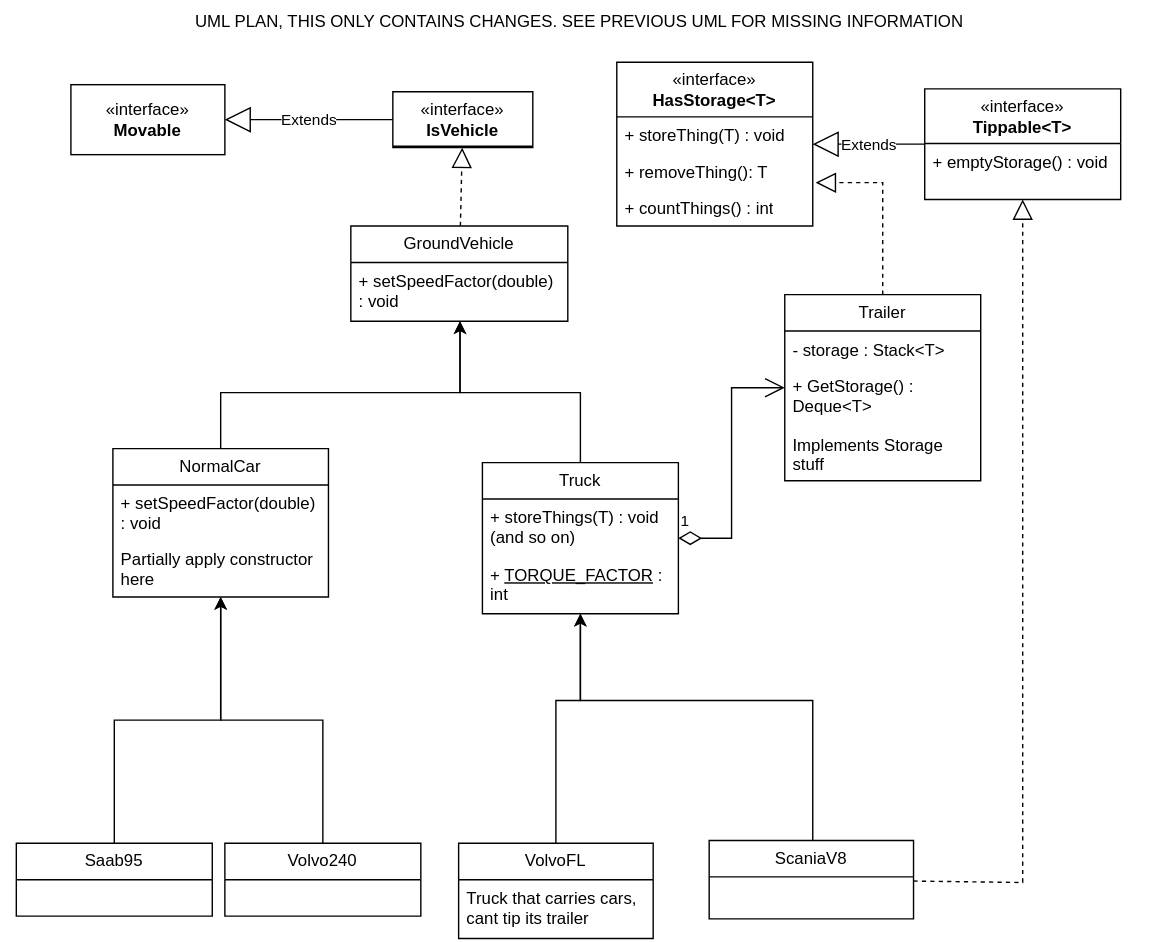
The draw.io diagram UML/UML-plan-with-subclasses.svg in vicha00/DIT954-Labb-Grupp16, before a commit. Source tidied: cells renumbered, new cells last; positions are measured from the earlier drawing's top-left corner, leaving out a move shared by most shapes.
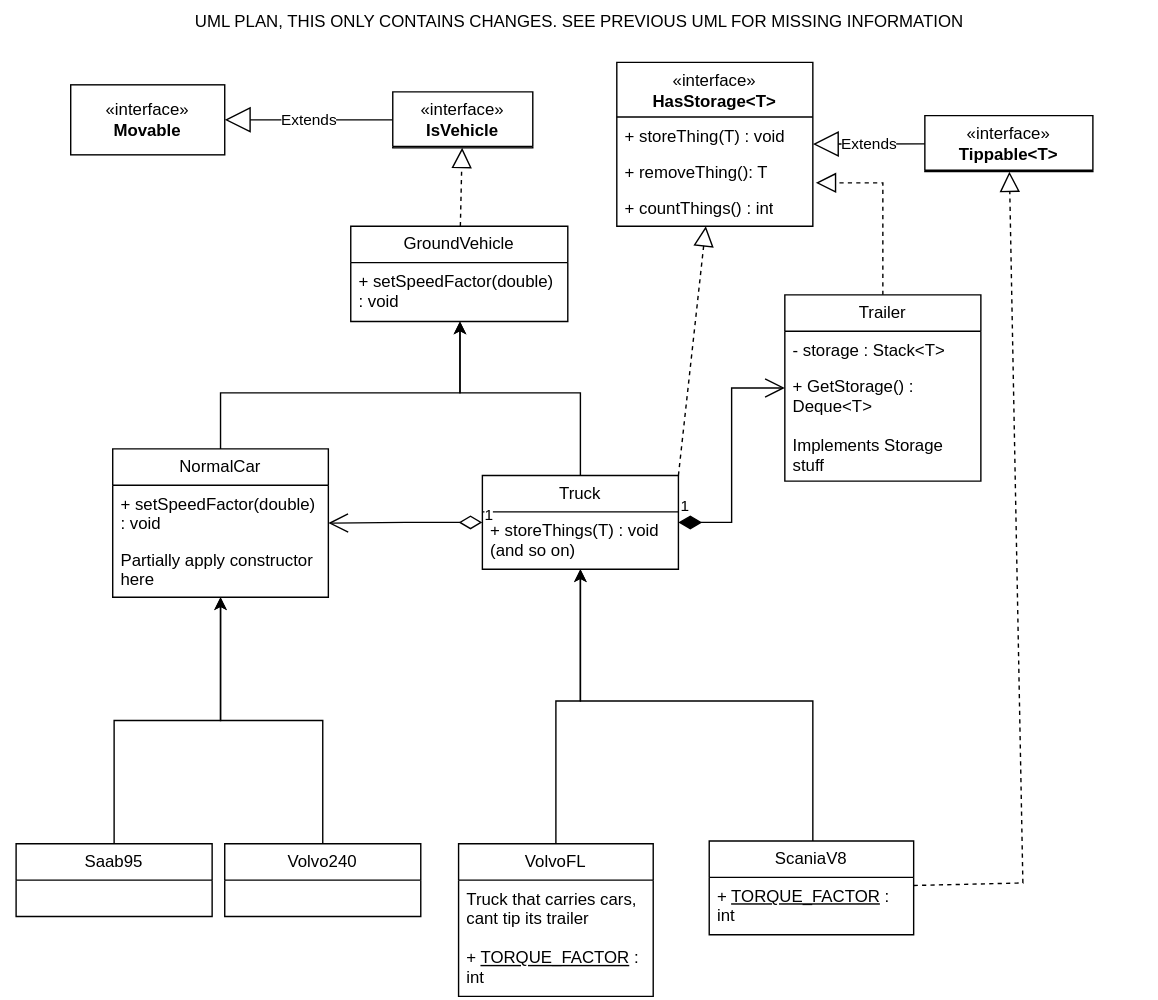
Above is the later version.

Diff of the diagram source:
```diff
@@ -41,8 +41,11 @@
       </mxGeometry>
     </mxCell>
     <mxCell id="13" value="ScaniaV8" style="swimlane;fontStyle=0;horizontal=1;startSize=26;fillColor=none;whiteSpace=wrap;html=1;" parent="1" vertex="1">
-      <mxGeometry x="506" y="600" width="146" height="56" as="geometry" />
+      <mxGeometry x="506" y="600" width="146" height="67" as="geometry" />
     </mxCell>
+    <mxCell id="30" value="+ &lt;u&gt;TORQUE_FACTOR&lt;/u&gt; : int" style="text;strokeColor=none;fillColor=none;align=left;verticalAlign=top;spacingLeft=4;spacingRight=4;overflow=hidden;whiteSpace=wrap;html=1;" parent="13" vertex="1">
+      <mxGeometry y="26" width="146" height="41" as="geometry" />
+    </mxCell>
     <mxCell id="14" style="edgeStyle=orthogonalEdgeStyle;rounded=0;jettySize=auto;html=1;" parent="1" edge="1" source="15" target="28">
       <mxGeometry relative="1" as="geometry">
         <Array as="points">
@@ -52,11 +55,14 @@
       </mxGeometry>
     </mxCell>
     <mxCell id="15" value="VolvoFL" style="swimlane;fontStyle=0;horizontal=1;startSize=26;fillColor=none;whiteSpace=wrap;html=1;" parent="1" vertex="1">
-      <mxGeometry x="327" y="602" width="139" height="68" as="geometry" />
+      <mxGeometry x="327" y="602" width="139" height="109" as="geometry" />
     </mxCell>
     <mxCell id="16" value="Truck that carries cars, cant tip its trailer" style="text;strokeColor=none;fillColor=none;align=left;verticalAlign=top;spacingLeft=4;spacingRight=4;overflow=hidden;whiteSpace=wrap;html=1;" parent="15" vertex="1">
       <mxGeometry y="26" width="139" height="42" as="geometry" />
     </mxCell>
+    <mxCell id="40" value="+ &lt;u&gt;TORQUE_FACTOR&lt;/u&gt; : int" style="text;strokeColor=none;fillColor=none;align=left;verticalAlign=top;spacingLeft=4;spacingRight=4;overflow=hidden;whiteSpace=wrap;html=1;" parent="15" vertex="1">
+      <mxGeometry y="68" width="139" height="41" as="geometry" />
+    </mxCell>
     <mxCell id="17" style="edgeStyle=orthogonalEdgeStyle;rounded=0;jettySize=auto;html=1;" parent="1" edge="1" source="18" target="3">
       <mxGeometry relative="1" as="geometry">
         <Array as="points">
@@ -101,21 +107,15 @@
       </mxGeometry>
     </mxCell>
     <mxCell id="28" value="&lt;div&gt;Truck&lt;/div&gt;" style="swimlane;fontStyle=0;horizontal=1;startSize=26;fillColor=none;whiteSpace=wrap;html=1;" parent="1" vertex="1">
-      <mxGeometry x="344" y="330" width="140" height="108" as="geometry" />
+      <mxGeometry x="344" y="339" width="140" height="67" as="geometry" />
     </mxCell>
     <mxCell id="29" value="&lt;div&gt;+ storeThings(T) : void (and so on)&lt;/div&gt;&lt;div&gt;&lt;br&gt;&lt;/div&gt;" style="text;strokeColor=none;fillColor=none;align=left;verticalAlign=top;spacingLeft=4;spacingRight=4;overflow=hidden;whiteSpace=wrap;html=1;" parent="28" vertex="1">
       <mxGeometry y="26" width="140" height="41" as="geometry" />
     </mxCell>
-    <mxCell id="30" value="+ &lt;u&gt;TORQUE_FACTOR&lt;/u&gt; : int" style="text;strokeColor=none;fillColor=none;align=left;verticalAlign=top;spacingLeft=4;spacingRight=4;overflow=hidden;whiteSpace=wrap;html=1;" parent="28" vertex="1">
-      <mxGeometry y="67" width="140" height="41" as="geometry" />
-    </mxCell>
-    <mxCell id="31" value="«interface»&lt;br&gt;&lt;div&gt;&lt;b&gt;Tippable&amp;lt;T&amp;gt;&lt;/b&gt;&lt;/div&gt;" style="swimlane;fontStyle=0;horizontal=1;startSize=39;fillColor=none;whiteSpace=wrap;html=1;" parent="1" vertex="1">
-      <mxGeometry x="660" y="63" width="140" height="79" as="geometry" />
+    <mxCell id="31" value="«interface»&lt;br&gt;&lt;div&gt;&lt;b&gt;Tippable&amp;lt;T&amp;gt;&lt;/b&gt;&lt;/div&gt;" style="swimlane;fontStyle=0;horizontal=1;startSize=39;fillColor=none;whiteSpace=wrap;html=1;" parent="1" vertex="1" collapsed="1">
+      <mxGeometry x="660" y="82" width="120" height="40" as="geometry" />
     </mxCell>
-    <mxCell id="32" value="+ emptyStorage() : void" style="text;strokeColor=none;fillColor=none;align=left;verticalAlign=top;spacingLeft=4;spacingRight=4;overflow=hidden;whiteSpace=wrap;html=1;" parent="31" vertex="1">
-      <mxGeometry y="39" width="140" height="40" as="geometry" />
-    </mxCell>
-    <mxCell id="33" value="&lt;div&gt;Trailer&lt;/div&gt;" style="swimlane;fontStyle=0;horizontal=1;startSize=26;fillColor=none;whiteSpace=wrap;html=1;" parent="1" vertex="1">
+    <mxCell id="33" value="Trailer" style="swimlane;fontStyle=0;horizontal=1;startSize=26;fillColor=none;whiteSpace=wrap;html=1;" parent="1" vertex="1">
       <mxGeometry x="560" y="210" width="140" height="133" as="geometry" />
     </mxCell>
     <mxCell id="34" value="- storage : Stack&amp;lt;T&amp;gt;" style="text;strokeColor=none;fillColor=none;align=left;verticalAlign=top;spacingLeft=4;spacingRight=4;overflow=hidden;whiteSpace=wrap;html=1;" parent="33" vertex="1">
@@ -134,15 +134,21 @@
         </Array>
       </mxGeometry>
     </mxCell>
+    <mxCell id="39" style="endArrow=block;dashed=1;endFill=0;endSize=12;html=1;rounded=0;" parent="1" edge="1" source="13" target="31">
+      <mxGeometry relative="1" as="geometry">
+        <Array as="points">
+          <mxPoint x="730" y="630" />
+        </Array>
+      </mxGeometry>
+    </mxCell>
+    <mxCell id="41" style="endArrow=block;dashed=1;endFill=0;endSize=12;html=1;rounded=0;exitX=1;exitY=0;exitDx=0;exitDy=0;" parent="1" edge="1" source="28" target="21">
+      <mxGeometry relative="1" as="geometry" />
+    </mxCell>
-    <mxCell id="38" value="1" style="endArrow=open;html=1;endSize=12;startArrow=diamondThin;startSize=14;startFill=0;edgeStyle=orthogonalEdgeStyle;align=left;verticalAlign=bottom;rounded=0;" parent="1" edge="1" source="28" target="33">
+    <mxCell id="38" value="1" style="endArrow=open;html=1;endSize=12;startArrow=diamondThin;startSize=14;startFill=0;edgeStyle=orthogonalEdgeStyle;align=left;verticalAlign=bottom;rounded=0;" parent="1" edge="1" source="28" target="18">
       <mxGeometry x="-1" y="3" relative="1" as="geometry" />
     </mxCell>
-    <mxCell id="39" style="endArrow=block;dashed=1;endFill=0;endSize=12;html=1;rounded=0;" parent="1" edge="1" source="13" target="31">
-      <mxGeometry relative="1" as="geometry">
-        <Array as="points">
-          <mxPoint x="730" y="630" />
-        </Array>
-      </mxGeometry>
-    </mxCell>
+    <mxCell id="42" value="1" style="endArrow=open;html=1;endSize=12;startArrow=diamondThin;startSize=14;startFill=1;edgeStyle=orthogonalEdgeStyle;align=left;verticalAlign=bottom;rounded=0;" parent="1" edge="1" source="28" target="33">
+      <mxGeometry x="-1" y="3" relative="1" as="geometry" />
+    </mxCell>
   </root>
 </mxGraphModel>
```
